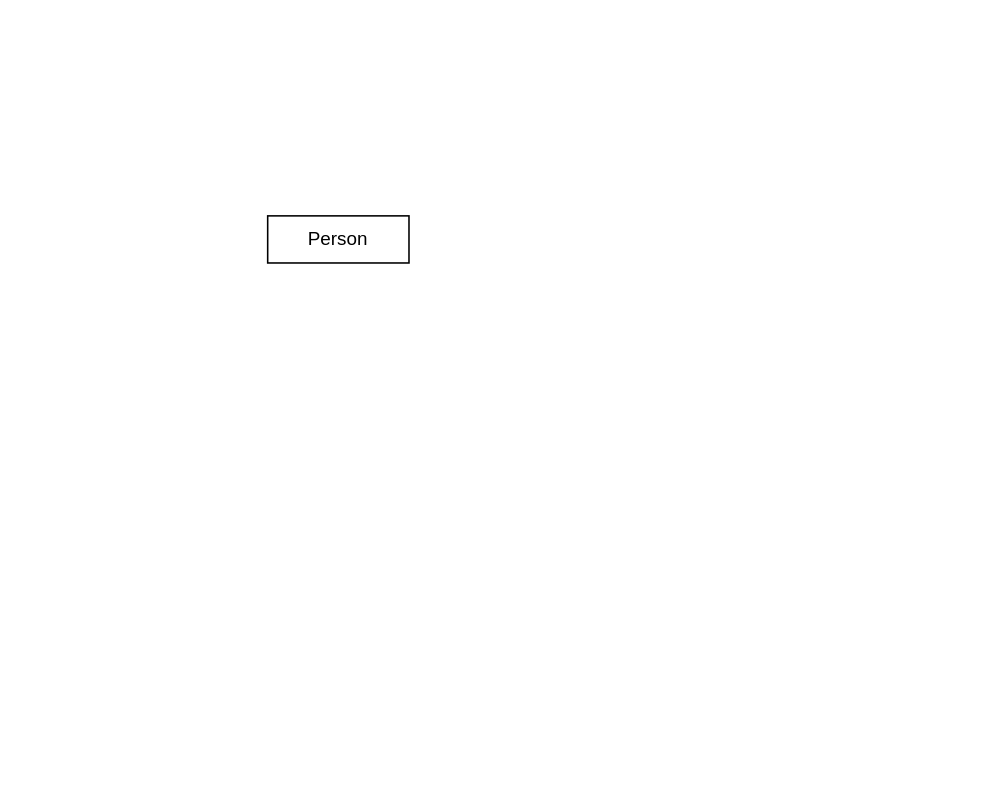
The draw.io diagram DatabasesA1.drawio in functionzz/Databases, before the edit. Source tidied: cells renumbered, new cells numbered last; positions are measured from the earlier drawing's top-left corner, leaving out a move shared by most shapes. Both pictures are drawn from the tidied source at 157%, with x=0, y=0 at pixel (267, 215).
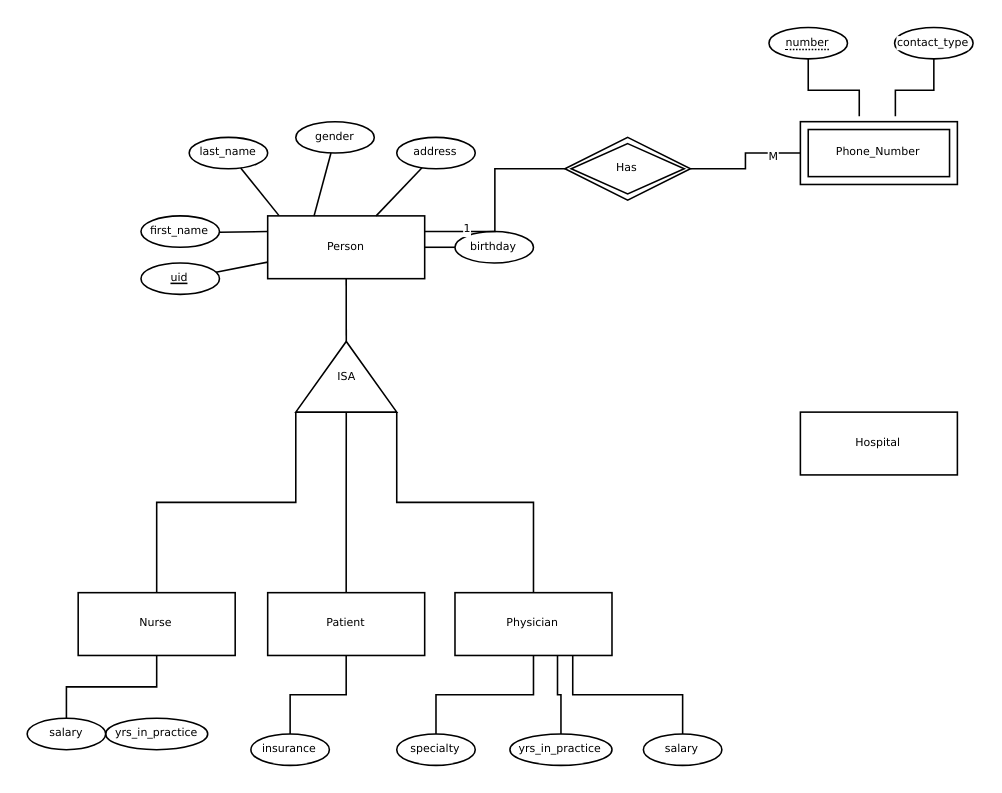
The same diagram, later.

Change to the diagram source:
```diff
@@
+    <mxCell id="3" style="shape=connector;rounded=0;jettySize=auto;html=1;strokeColor=default;align=center;verticalAlign=top;fontFamily=Verdana;fontSize=7;fontColor=default;labelBackgroundColor=default;startFill=0;endArrow=none;" parent="1" edge="1" source="2" target="24">
+      <mxGeometry relative="1" as="geometry" />
+    </mxCell>
-    <mxCell id="2" value="Person" style="whiteSpace=wrap;html=1;align=center;" parent="1" vertex="1">
-      <mxGeometry width="90" height="30" as="geometry" />
+    <mxCell id="2" value="Person" style="whiteSpace=wrap;html=1;align=center;fontFamily=Verdana;fontSize=7;fontColor=default;labelBackgroundColor=default;" parent="1" vertex="1">
+      <mxGeometry width="100" height="40" as="geometry" />
     </mxCell>
+    <mxCell id="4" style="edgeStyle=orthogonalEdgeStyle;shape=connector;rounded=0;jettySize=auto;html=1;strokeColor=default;align=center;verticalAlign=top;fontFamily=Verdana;fontSize=7;fontColor=default;labelBackgroundColor=default;startFill=0;endArrow=none;" parent="1" edge="1" source="5" target="38">
+      <mxGeometry relative="1" as="geometry" />
+    </mxCell>
+    <mxCell id="5" value="Patient" style="whiteSpace=wrap;html=1;align=center;strokeColor=default;verticalAlign=middle;fontFamily=Verdana;fontSize=7;fontColor=default;labelBackgroundColor=default;fillColor=default;" parent="1" vertex="1">
+      <mxGeometry y="240" width="100" height="40" as="geometry" />
+    </mxCell>
+    <mxCell id="6" style="edgeStyle=orthogonalEdgeStyle;shape=connector;rounded=0;jettySize=auto;html=1;strokeColor=default;align=center;verticalAlign=top;fontFamily=Verdana;fontSize=7;fontColor=default;labelBackgroundColor=default;startFill=0;endArrow=none;" parent="1" edge="1" source="7" target="44">
+      <mxGeometry relative="1" as="geometry" />
+    </mxCell>
+    <mxCell id="7" value="Nurse" style="whiteSpace=wrap;html=1;align=center;strokeColor=default;verticalAlign=middle;fontFamily=Verdana;fontSize=7;fontColor=default;labelBackgroundColor=default;fillColor=default;" parent="1" vertex="1">
+      <mxGeometry x="-120.7" y="240" width="100" height="40" as="geometry" />
+    </mxCell>
+    <mxCell id="8" style="edgeStyle=orthogonalEdgeStyle;shape=connector;rounded=0;jettySize=auto;html=1;strokeColor=default;align=center;verticalAlign=top;fontFamily=Verdana;fontSize=7;fontColor=default;labelBackgroundColor=default;startFill=0;endArrow=none;" parent="1" edge="1" source="10" target="39">
+      <mxGeometry relative="1" as="geometry" />
+    </mxCell>
+    <mxCell id="9" style="edgeStyle=orthogonalEdgeStyle;shape=connector;rounded=0;jettySize=auto;html=1;exitX=0.75;exitY=1;exitDx=0;exitDy=0;entryX=0.5;entryY=0;entryDx=0;entryDy=0;strokeColor=default;align=center;verticalAlign=top;fontFamily=Verdana;fontSize=7;fontColor=default;labelBackgroundColor=default;startFill=0;endArrow=none;" parent="1" edge="1" source="10" target="43">
+      <mxGeometry relative="1" as="geometry" />
+    </mxCell>
+    <mxCell id="10" value="Physician" style="whiteSpace=wrap;html=1;align=center;strokeColor=default;verticalAlign=middle;fontFamily=Verdana;fontSize=7;fontColor=default;labelBackgroundColor=default;fillColor=default;" parent="1" vertex="1">
+      <mxGeometry x="119.3" y="240" width="100" height="40" as="geometry" />
+    </mxCell>
+    <mxCell id="11" value="ISA" style="verticalLabelPosition=middle;verticalAlign=middle;html=1;shape=mxgraph.basic.acute_triangle;dx=0.5;strokeColor=default;align=center;fontFamily=Verdana;fontSize=7;fontColor=default;labelBackgroundColor=default;fillColor=default;labelPosition=center;" parent="1" vertex="1">
+      <mxGeometry x="17.9" y="80" width="64.3" height="45" as="geometry" />
+    </mxCell>
+    <mxCell id="12" style="edgeStyle=orthogonalEdgeStyle;shape=connector;rounded=0;jettySize=auto;html=1;exitX=0.5;exitY=0;exitDx=0;exitDy=0;entryX=0;entryY=1;entryDx=0;entryDy=0;entryPerimeter=0;strokeColor=default;align=center;verticalAlign=top;fontFamily=Verdana;fontSize=7;fontColor=default;labelBackgroundColor=default;startFill=0;endArrow=none;" parent="1" edge="1" source="7" target="11">
+      <mxGeometry relative="1" as="geometry" />
+    </mxCell>
+    <mxCell id="13" style="edgeStyle=orthogonalEdgeStyle;shape=connector;rounded=0;jettySize=auto;html=1;exitX=0.5;exitY=0;exitDx=0;exitDy=0;entryX=0.5;entryY=1;entryDx=0;entryDy=0;entryPerimeter=0;strokeColor=default;align=center;verticalAlign=top;fontFamily=Verdana;fontSize=7;fontColor=default;labelBackgroundColor=default;startFill=0;endArrow=none;" parent="1" edge="1" source="5" target="11">
+      <mxGeometry relative="1" as="geometry" />
+    </mxCell>
+    <mxCell id="14" style="edgeStyle=orthogonalEdgeStyle;shape=connector;rounded=0;jettySize=auto;html=1;exitX=0.5;exitY=0;exitDx=0;exitDy=0;entryX=1;entryY=1;entryDx=0;entryDy=0;entryPerimeter=0;strokeColor=default;align=center;verticalAlign=top;fontFamily=Verdana;fontSize=7;fontColor=default;labelBackgroundColor=default;startFill=0;endArrow=none;" parent="1" edge="1" source="10" target="11">
+      <mxGeometry relative="1" as="geometry" />
+    </mxCell>
+    <mxCell id="15" style="edgeStyle=orthogonalEdgeStyle;shape=connector;rounded=0;jettySize=auto;html=1;exitX=0.5;exitY=1;exitDx=0;exitDy=0;entryX=0;entryY=0;entryDx=32.145;entryDy=0;entryPerimeter=0;strokeColor=default;align=center;verticalAlign=top;fontFamily=Verdana;fontSize=7;fontColor=default;labelBackgroundColor=default;startFill=0;endArrow=none;" parent="1" edge="1" source="2" target="11">
+      <mxGeometry relative="1" as="geometry" />
+    </mxCell>
+    <mxCell id="16" style="shape=connector;rounded=0;jettySize=auto;html=1;strokeColor=default;align=center;verticalAlign=top;fontFamily=Verdana;fontSize=7;fontColor=default;labelBackgroundColor=default;startFill=0;endArrow=none;endSize=6;startSize=6;jumpSize=6;shadow=0;" parent="1" edge="1" source="17" target="2">
+      <mxGeometry relative="1" as="geometry" />
+    </mxCell>
+    <mxCell id="17" value="uid" style="ellipse;whiteSpace=wrap;html=1;align=center;fontStyle=4;strokeColor=default;verticalAlign=middle;fontFamily=Verdana;fontSize=7;fontColor=default;labelBackgroundColor=default;fillColor=default;" parent="1" vertex="1">
+      <mxGeometry x="-80.7" y="30" width="50" height="20" as="geometry" />
+    </mxCell>
+    <mxCell id="18" style="shape=connector;rounded=0;jettySize=auto;html=1;entryX=0;entryY=0.25;entryDx=0;entryDy=0;strokeColor=default;align=center;verticalAlign=top;fontFamily=Verdana;fontSize=7;fontColor=default;labelBackgroundColor=default;startFill=0;endArrow=none;" parent="1" edge="1" source="19" target="2">
+      <mxGeometry relative="1" as="geometry" />
+    </mxCell>
+    <mxCell id="19" value="first_name" style="ellipse;whiteSpace=wrap;html=1;align=center;strokeColor=default;verticalAlign=middle;fontFamily=Verdana;fontSize=7;fontColor=default;labelBackgroundColor=default;fillColor=default;" parent="1" vertex="1">
+      <mxGeometry x="-80.7" width="50" height="20" as="geometry" />
+    </mxCell>
+    <mxCell id="20" value="last_name" style="ellipse;whiteSpace=wrap;html=1;align=center;strokeColor=default;verticalAlign=middle;fontFamily=Verdana;fontSize=7;fontColor=default;labelBackgroundColor=default;fillColor=default;" parent="1" vertex="1">
+      <mxGeometry x="-50" y="-50" width="50" height="20" as="geometry" />
+    </mxCell>
+    <mxCell id="21" value="gender" style="ellipse;whiteSpace=wrap;html=1;align=center;strokeColor=default;verticalAlign=middle;fontFamily=Verdana;fontSize=7;fontColor=default;labelBackgroundColor=default;fillColor=default;" parent="1" vertex="1">
+      <mxGeometry x="17.9" y="-60" width="50" height="20" as="geometry" />
+    </mxCell>
+    <mxCell id="22" style="shape=connector;rounded=0;jettySize=auto;html=1;strokeColor=default;align=center;verticalAlign=top;fontFamily=Verdana;fontSize=7;fontColor=default;labelBackgroundColor=default;startFill=0;endArrow=none;" parent="1" edge="1" source="23" target="2">
+      <mxGeometry relative="1" as="geometry" />
+    </mxCell>
+    <mxCell id="23" value="address" style="ellipse;whiteSpace=wrap;html=1;align=center;strokeColor=default;verticalAlign=middle;fontFamily=Verdana;fontSize=7;fontColor=default;labelBackgroundColor=default;fillColor=default;" parent="1" vertex="1">
+      <mxGeometry x="82.2" y="-50" width="50" height="20" as="geometry" />
+    </mxCell>
+    <mxCell id="24" value="birthday" style="ellipse;whiteSpace=wrap;html=1;align=center;strokeColor=default;verticalAlign=middle;fontFamily=Verdana;fontSize=7;fontColor=default;labelBackgroundColor=default;fillColor=default;" parent="1" vertex="1">
+      <mxGeometry x="119.3" y="10" width="50" height="20" as="geometry" />
+    </mxCell>
+    <mxCell id="25" style="shape=connector;rounded=0;jettySize=auto;html=1;entryX=0.295;entryY=0.004;entryDx=0;entryDy=0;entryPerimeter=0;strokeColor=default;align=center;verticalAlign=top;fontFamily=Verdana;fontSize=7;fontColor=default;labelBackgroundColor=default;startFill=0;endArrow=none;" parent="1" edge="1" source="21" target="2">
+      <mxGeometry relative="1" as="geometry" />
+    </mxCell>
+    <mxCell id="26" style="shape=connector;rounded=0;jettySize=auto;html=1;entryX=0.071;entryY=-0.008;entryDx=0;entryDy=0;entryPerimeter=0;strokeColor=default;align=center;verticalAlign=top;fontFamily=Verdana;fontSize=7;fontColor=default;labelBackgroundColor=default;startFill=0;endArrow=none;" parent="1" edge="1" source="20" target="2">
+      <mxGeometry relative="1" as="geometry" />
+    </mxCell>
+    <mxCell id="27" style="edgeStyle=orthogonalEdgeStyle;shape=connector;rounded=0;orthogonalLoop=1;jettySize=auto;html=1;exitX=0.5;exitY=1;exitDx=0;exitDy=0;strokeColor=default;align=center;verticalAlign=top;fontFamily=Verdana;fontSize=7;fontColor=default;labelBackgroundColor=default;startFill=0;endArrow=none;" parent="1" edge="1" source="19" target="19">
+      <mxGeometry relative="1" as="geometry" />
+    </mxCell>
+    <mxCell id="28" style="edgeStyle=orthogonalEdgeStyle;shape=connector;rounded=0;jettySize=auto;html=1;entryX=1;entryY=0.25;entryDx=0;entryDy=0;strokeColor=default;align=center;verticalAlign=top;fontFamily=Verdana;fontSize=7;fontColor=default;labelBackgroundColor=default;startFill=0;endArrow=none;" parent="1" edge="1" source="32" target="2">
+      <mxGeometry relative="1" as="geometry" />
+    </mxCell>
+    <mxCell id="29" value="1" style="edgeLabel;html=1;align=center;verticalAlign=middle;strokeColor=default;fontFamily=Verdana;fontSize=7;fontColor=default;labelBackgroundColor=default;fillColor=default;" parent="28" vertex="1">
+      <mxGeometry x="0.6" y="-2" relative="1" as="geometry" />
+    </mxCell>
+    <mxCell id="30" style="edgeStyle=orthogonalEdgeStyle;shape=connector;rounded=0;jettySize=auto;html=1;strokeColor=default;align=center;verticalAlign=top;fontFamily=Verdana;fontSize=7;fontColor=default;labelBackgroundColor=default;startFill=0;endArrow=none;" parent="1" edge="1" source="32" target="33">
+      <mxGeometry relative="1" as="geometry" />
+    </mxCell>
+    <mxCell id="31" value="M" style="edgeLabel;html=1;align=center;verticalAlign=middle;strokeColor=default;fontFamily=Verdana;fontSize=7;fontColor=default;labelBackgroundColor=default;fillColor=default;" parent="30" vertex="1">
+      <mxGeometry x="0.55" y="-2" relative="1" as="geometry" />
+    </mxCell>
+    <mxCell id="32" value="Has" style="shape=rhombus;double=1;perimeter=rhombusPerimeter;whiteSpace=wrap;html=1;align=center;strokeColor=default;verticalAlign=middle;fontFamily=Verdana;fontSize=7;fontColor=default;labelBackgroundColor=default;fillColor=default;" parent="1" vertex="1">
+      <mxGeometry x="189.3" y="-50" width="80" height="40" as="geometry" />
+    </mxCell>
+    <mxCell id="33" value="Phone_Number" style="shape=ext;margin=3;double=1;whiteSpace=wrap;html=1;align=center;strokeColor=default;verticalAlign=middle;fontFamily=Verdana;fontSize=7;fontColor=default;labelBackgroundColor=default;fillColor=default;" parent="1" vertex="1">
+      <mxGeometry x="339.3" y="-60" width="100" height="40" as="geometry" />
+    </mxCell>
+    <mxCell id="34" value="&lt;span style=&quot;border-bottom: 1px dotted&quot;&gt;number&lt;/span&gt;" style="ellipse;whiteSpace=wrap;html=1;align=center;strokeColor=default;verticalAlign=middle;fontFamily=Verdana;fontSize=7;fontColor=default;labelBackgroundColor=default;fillColor=default;" parent="1" vertex="1">
+      <mxGeometry x="319.3" y="-120" width="50" height="20" as="geometry" />
+    </mxCell>
+    <mxCell id="35" style="edgeStyle=orthogonalEdgeStyle;shape=connector;rounded=0;jettySize=auto;html=1;exitX=0.5;exitY=1;exitDx=0;exitDy=0;entryX=0.375;entryY=-0.085;entryDx=0;entryDy=0;entryPerimeter=0;strokeColor=default;align=center;verticalAlign=top;fontFamily=Verdana;fontSize=7;fontColor=default;labelBackgroundColor=default;startFill=0;endArrow=none;" parent="1" edge="1" source="34" target="33">
+      <mxGeometry relative="1" as="geometry" />
+    </mxCell>
+    <mxCell id="36" value="contact_type" style="ellipse;whiteSpace=wrap;html=1;align=center;strokeColor=default;verticalAlign=middle;fontFamily=Verdana;fontSize=7;fontColor=default;labelBackgroundColor=default;fillColor=default;" parent="1" vertex="1">
+      <mxGeometry x="399.3" y="-120" width="50" height="20" as="geometry" />
+    </mxCell>
+    <mxCell id="37" style="edgeStyle=orthogonalEdgeStyle;shape=connector;rounded=0;jettySize=auto;html=1;entryX=0.605;entryY=-0.085;entryDx=0;entryDy=0;entryPerimeter=0;strokeColor=default;align=center;verticalAlign=top;fontFamily=Verdana;fontSize=7;fontColor=default;labelBackgroundColor=default;startFill=0;endArrow=none;" parent="1" edge="1" source="36" target="33">
+      <mxGeometry relative="1" as="geometry" />
+    </mxCell>
+    <mxCell id="38" value="insurance" style="ellipse;whiteSpace=wrap;html=1;align=center;strokeColor=default;verticalAlign=middle;fontFamily=Verdana;fontSize=7;fontColor=default;labelBackgroundColor=default;fillColor=default;" parent="1" vertex="1">
+      <mxGeometry x="-10.7" y="330" width="50" height="20" as="geometry" />
+    </mxCell>
+    <mxCell id="39" value="specialty" style="ellipse;whiteSpace=wrap;html=1;align=center;strokeColor=default;verticalAlign=middle;fontFamily=Verdana;fontSize=7;fontColor=default;labelBackgroundColor=default;fillColor=default;" parent="1" vertex="1">
+      <mxGeometry x="82.2" y="330" width="50" height="20" as="geometry" />
+    </mxCell>
+    <mxCell id="40" value="yrs_in_practice" style="ellipse;whiteSpace=wrap;html=1;align=center;strokeColor=default;verticalAlign=middle;fontFamily=Verdana;fontSize=7;fontColor=default;labelBackgroundColor=default;fillColor=default;" parent="1" vertex="1">
+      <mxGeometry x="154.3" y="330" width="65" height="20" as="geometry" />
+    </mxCell>
+    <mxCell id="41" style="edgeStyle=orthogonalEdgeStyle;shape=connector;rounded=0;jettySize=auto;html=1;entryX=0.653;entryY=1.006;entryDx=0;entryDy=0;entryPerimeter=0;strokeColor=default;align=center;verticalAlign=top;fontFamily=Verdana;fontSize=7;fontColor=default;labelBackgroundColor=default;startFill=0;endArrow=none;" parent="1" edge="1" source="40" target="10">
+      <mxGeometry relative="1" as="geometry" />
+    </mxCell>
+    <mxCell id="42" value="yrs_in_practice" style="ellipse;whiteSpace=wrap;html=1;align=center;strokeColor=default;verticalAlign=middle;fontFamily=Verdana;fontSize=7;fontColor=default;labelBackgroundColor=default;fillColor=default;" parent="1" vertex="1">
+      <mxGeometry x="-103.2" y="320" width="65" height="20" as="geometry" />
+    </mxCell>
+    <mxCell id="43" value="salary" style="ellipse;whiteSpace=wrap;html=1;align=center;strokeColor=default;verticalAlign=middle;fontFamily=Verdana;fontSize=7;fontColor=default;labelBackgroundColor=default;fillColor=default;" parent="1" vertex="1">
+      <mxGeometry x="239.3" y="330" width="50" height="20" as="geometry" />
+    </mxCell>
+    <mxCell id="44" value="salary" style="ellipse;whiteSpace=wrap;html=1;align=center;strokeColor=default;verticalAlign=middle;fontFamily=Verdana;fontSize=7;fontColor=default;labelBackgroundColor=default;fillColor=default;" parent="1" vertex="1">
+      <mxGeometry x="-153.2" y="320" width="50" height="20" as="geometry" />
+    </mxCell>
+    <mxCell id="45" value="Hospital" style="whiteSpace=wrap;html=1;align=center;strokeColor=default;verticalAlign=middle;fontFamily=Verdana;fontSize=7;fontColor=default;labelBackgroundColor=default;fillColor=default;" parent="1" vertex="1">
+      <mxGeometry x="339.3" y="125" width="100" height="40" as="geometry" />
+    </mxCell>
```
